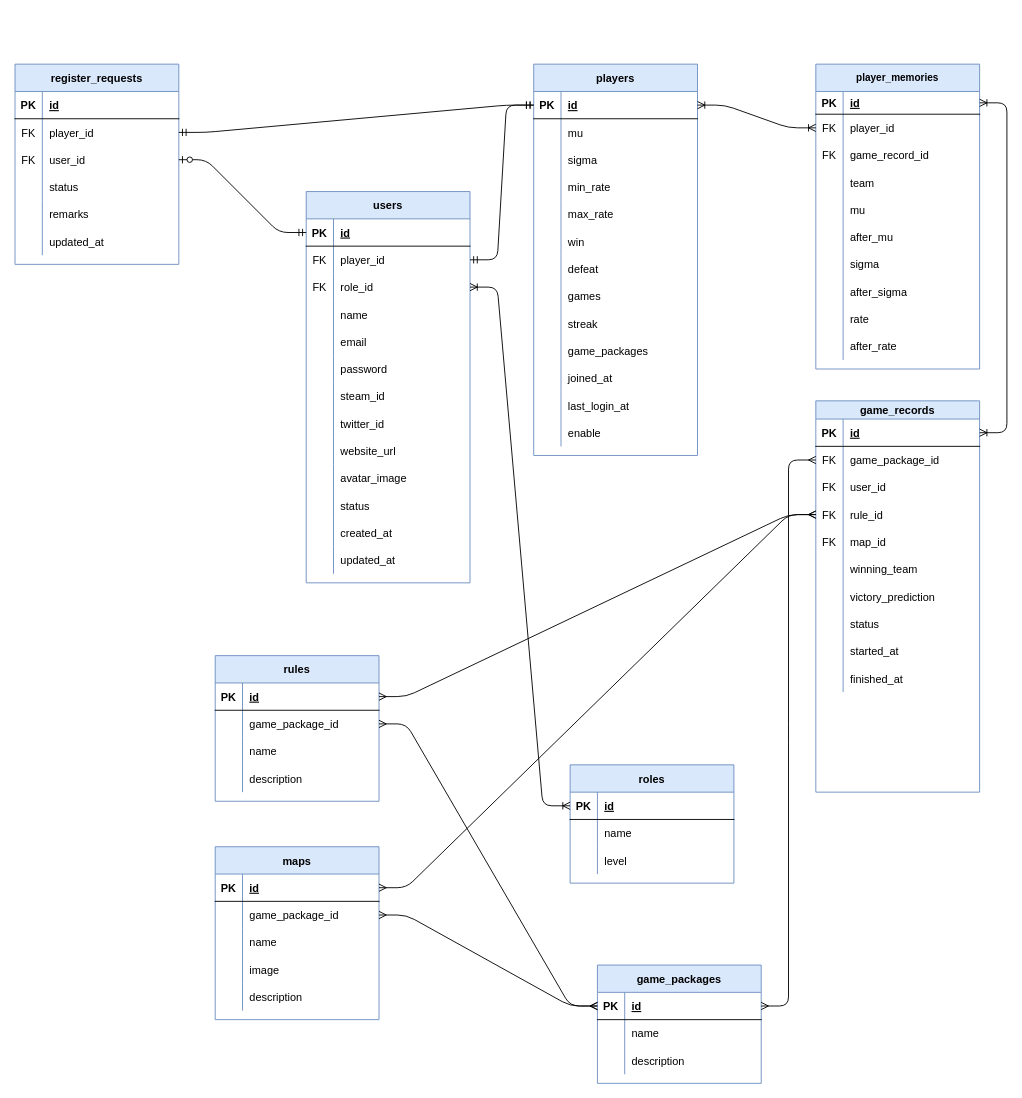
Before: docs/wzn_テーブル設計.drawio in sokorahen-szk/warzone-aoe, a draw.io diagram. Source tidied: cells renumbered, new cells numbered last; positions are measured from the earlier drawing's top-left corner, leaving out a move shared by most shapes. Both pictures are drawn from the tidied source at 91%, with x=0, y=0 at pixel (15, 64).
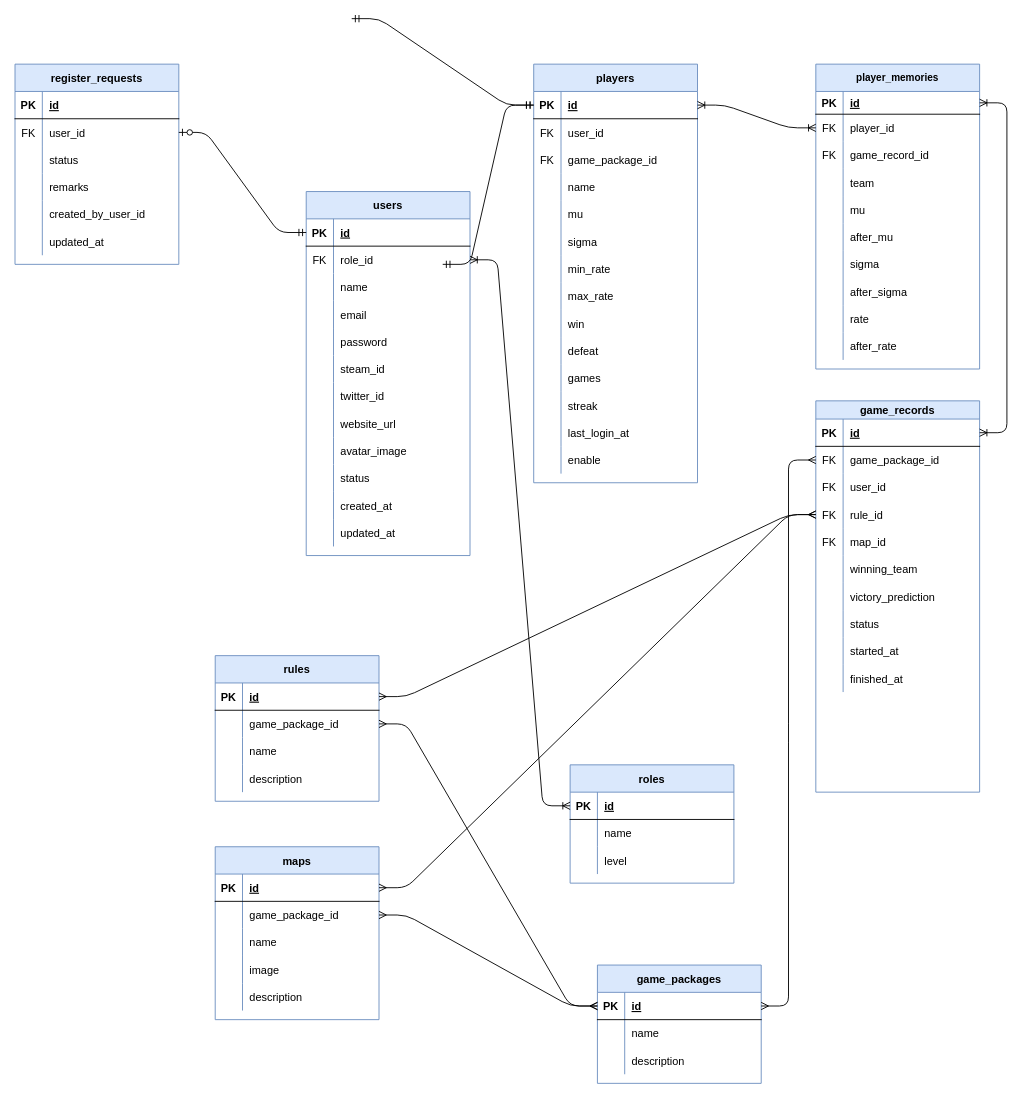
Above is the later version.

The change refers to these unchanged cells:
```xml
<mxCell id="65" style="shape=partialRectangle;fillColor=none;top=0;left=0;bottom=1;right=0;points=[[0,0.5],[1,0.5]];portConstraint=eastwest;" parent="64" vertex="1">
  <mxGeometry y="30" width="180" height="30" as="geometry" />
</mxCell>
<mxCell id="147" value="register_requests" style="shape=table;startSize=30;childLayout=tableLayout;rowLines=0;fontStyle=1;align=center;fillColor=#dae8fc;fontSize=12;strokeColor=#6c8ebf;" parent="1" vertex="1">
  <mxGeometry width="180" height="220" as="geometry" />
</mxCell>
```

The edit, as a diff of the source:
```diff
@@
     <mxCell id="64" value="players" style="shape=table;startSize=30;childLayout=tableLayout;rowLines=0;fontStyle=1;align=center;fillColor=#dae8fc;fontSize=12;strokeColor=#6c8ebf;" parent="1" vertex="1">
-      <mxGeometry x="570" width="180" height="430" as="geometry" />
+      <mxGeometry x="570" width="180" height="460" as="geometry" />
     </mxCell>
@@
+    <mxCell id="223" style="shape=partialRectangle;fillColor=none;top=0;left=0;bottom=0;right=0;" parent="64" vertex="1">
+      <mxGeometry y="60" width="180" height="30" as="geometry" />
+    </mxCell>
+    <mxCell id="224" value="FK" style="shape=partialRectangle;fillColor=none;top=0;left=0;bottom=0;right=0;overflow=hidden;" parent="223" vertex="1">
+      <mxGeometry width="30" height="30" as="geometry" />
+    </mxCell>
+    <mxCell id="225" value="user_id" style="shape=partialRectangle;fillColor=none;top=0;left=0;bottom=0;right=0;align=left;spacingLeft=6;overflow=hidden;" parent="223" vertex="1">
+      <mxGeometry x="30" width="150" height="30" as="geometry" />
+    </mxCell>
+    <mxCell id="226" style="shape=partialRectangle;fillColor=none;top=0;left=0;bottom=0;right=0;" parent="64" vertex="1">
+      <mxGeometry y="90" width="180" height="30" as="geometry" />
+    </mxCell>
+    <mxCell id="227" value="FK" style="shape=partialRectangle;fillColor=none;top=0;left=0;bottom=0;right=0;overflow=hidden;" parent="226" vertex="1">
+      <mxGeometry width="30" height="30" as="geometry" />
+    </mxCell>
+    <mxCell id="228" value="game_package_id" style="shape=partialRectangle;fillColor=none;top=0;left=0;bottom=0;right=0;align=left;spacingLeft=6;overflow=hidden;" parent="226" vertex="1">
+      <mxGeometry x="30" width="150" height="30" as="geometry" />
+    </mxCell>
+    <mxCell id="229" style="shape=partialRectangle;fillColor=none;top=0;left=0;bottom=0;right=0;" parent="64" vertex="1">
+      <mxGeometry y="120" width="180" height="30" as="geometry" />
+    </mxCell>
+    <mxCell id="230" style="shape=partialRectangle;fillColor=none;top=0;left=0;bottom=0;right=0;overflow=hidden;" parent="229" vertex="1">
+      <mxGeometry width="30" height="30" as="geometry" />
+    </mxCell>
+    <mxCell id="231" value="name" style="shape=partialRectangle;fillColor=none;top=0;left=0;bottom=0;right=0;align=left;spacingLeft=6;overflow=hidden;" parent="229" vertex="1">
+      <mxGeometry x="30" width="150" height="30" as="geometry" />
+    </mxCell>
     <mxCell id="68" style="shape=partialRectangle;fillColor=none;top=0;left=0;bottom=0;right=0;" parent="64" vertex="1">
-      <mxGeometry y="60" width="180" height="30" as="geometry" />
+      <mxGeometry y="150" width="180" height="30" as="geometry" />
     </mxCell>
@@
     <mxCell id="71" style="shape=partialRectangle;fillColor=none;top=0;left=0;bottom=0;right=0;" parent="64" vertex="1">
-      <mxGeometry y="90" width="180" height="30" as="geometry" />
+      <mxGeometry y="180" width="180" height="30" as="geometry" />
     </mxCell>
@@
     <mxCell id="74" style="shape=partialRectangle;fillColor=none;top=0;left=0;bottom=0;right=0;" parent="64" vertex="1">
-      <mxGeometry y="120" width="180" height="30" as="geometry" />
+      <mxGeometry y="210" width="180" height="30" as="geometry" />
     </mxCell>
@@
     <mxCell id="77" style="shape=partialRectangle;fillColor=none;top=0;left=0;bottom=0;right=0;" parent="64" vertex="1">
-      <mxGeometry y="150" width="180" height="30" as="geometry" />
+      <mxGeometry y="240" width="180" height="30" as="geometry" />
     </mxCell>
@@
     <mxCell id="80" style="shape=partialRectangle;fillColor=none;top=0;left=0;bottom=0;right=0;" parent="64" vertex="1">
-      <mxGeometry y="180" width="180" height="30" as="geometry" />
+      <mxGeometry y="270" width="180" height="30" as="geometry" />
     </mxCell>
@@
     <mxCell id="83" style="shape=partialRectangle;fillColor=none;top=0;left=0;bottom=0;right=0;" parent="64" vertex="1">
-      <mxGeometry y="210" width="180" height="30" as="geometry" />
+      <mxGeometry y="300" width="180" height="30" as="geometry" />
     </mxCell>
@@
     <mxCell id="86" style="shape=partialRectangle;fillColor=none;top=0;left=0;bottom=0;right=0;" parent="64" vertex="1">
-      <mxGeometry y="240" width="180" height="30" as="geometry" />
+      <mxGeometry y="330" width="180" height="30" as="geometry" />
     </mxCell>
@@
     <mxCell id="89" style="shape=partialRectangle;fillColor=none;top=0;left=0;bottom=0;right=0;" parent="64" vertex="1">
-      <mxGeometry y="270" width="180" height="30" as="geometry" />
+      <mxGeometry y="360" width="180" height="30" as="geometry" />
     </mxCell>
@@
-    <mxCell id="92" style="shape=partialRectangle;fillColor=none;top=0;left=0;bottom=0;right=0;" parent="64" vertex="1">
-      <mxGeometry y="300" width="180" height="30" as="geometry" />
-    </mxCell>
-    <mxCell id="93" style="shape=partialRectangle;fillColor=none;top=0;left=0;bottom=0;right=0;overflow=hidden;" parent="92" vertex="1">
-      <mxGeometry width="30" height="30" as="geometry" />
-    </mxCell>
-    <mxCell id="94" value="game_packages" style="shape=partialRectangle;fillColor=none;top=0;left=0;bottom=0;right=0;align=left;spacingLeft=6;overflow=hidden;" parent="92" vertex="1">
-      <mxGeometry x="30" width="150" height="30" as="geometry" />
-    </mxCell>
-    <mxCell id="95" style="shape=partialRectangle;fillColor=none;top=0;left=0;bottom=0;right=0;" parent="64" vertex="1">
-      <mxGeometry y="330" width="180" height="30" as="geometry" />
-    </mxCell>
-    <mxCell id="96" style="shape=partialRectangle;fillColor=none;top=0;left=0;bottom=0;right=0;overflow=hidden;" parent="95" vertex="1">
-      <mxGeometry width="30" height="30" as="geometry" />
-    </mxCell>
-    <mxCell id="97" value="joined_at" style="shape=partialRectangle;fillColor=none;top=0;left=0;bottom=0;right=0;align=left;spacingLeft=6;overflow=hidden;" parent="95" vertex="1">
-      <mxGeometry x="30" width="150" height="30" as="geometry" />
-    </mxCell>
     <mxCell id="98" style="shape=partialRectangle;fillColor=none;top=0;left=0;bottom=0;right=0;" parent="64" vertex="1">
-      <mxGeometry y="360" width="180" height="30" as="geometry" />
+      <mxGeometry y="390" width="180" height="30" as="geometry" />
     </mxCell>
@@
     <mxCell id="101" style="shape=partialRectangle;fillColor=none;top=0;left=0;bottom=0;right=0;" parent="64" vertex="1">
-      <mxGeometry y="390" width="180" height="30" as="geometry" />
+      <mxGeometry y="420" width="180" height="30" as="geometry" />
     </mxCell>
@@
     <mxCell id="106" value="users" style="shape=table;startSize=30;childLayout=tableLayout;rowLines=0;fontStyle=1;align=center;fillColor=#dae8fc;fontSize=12;strokeColor=#6c8ebf;" parent="1" vertex="1">
-      <mxGeometry x="320" y="140" width="180" height="430" as="geometry" />
+      <mxGeometry x="320" y="140" width="180" height="400" as="geometry" />
     </mxCell>
@@
-    <mxCell id="110" style="shape=partialRectangle;fillColor=none;top=0;left=0;bottom=0;right=0;points=[[0,0.5],[1,0.5]];portConstraint=eastwest;" parent="106" vertex="1">
-      <mxGeometry y="60" width="180" height="30" as="geometry" />
-    </mxCell>
-    <mxCell id="111" value="FK" style="shape=partialRectangle;fillColor=none;top=0;left=0;bottom=0;right=0;overflow=hidden;" parent="110" vertex="1">
-      <mxGeometry width="30" height="30" as="geometry" />
-    </mxCell>
-    <mxCell id="112" value="player_id" style="shape=partialRectangle;fillColor=none;top=0;left=0;bottom=0;right=0;align=left;spacingLeft=6;overflow=hidden;" parent="110" vertex="1">
-      <mxGeometry x="30" width="150" height="30" as="geometry" />
-    </mxCell>
     <mxCell id="113" style="shape=partialRectangle;fillColor=none;top=0;left=0;bottom=0;right=0;points=[[0,0.5],[1,0.5]];portConstraint=eastwest;" parent="106" vertex="1">
-      <mxGeometry y="90" width="180" height="30" as="geometry" />
+      <mxGeometry y="60" width="180" height="30" as="geometry" />
     </mxCell>
@@
     <mxCell id="116" style="shape=partialRectangle;fillColor=none;top=0;left=0;bottom=0;right=0;" parent="106" vertex="1">
-      <mxGeometry y="120" width="180" height="30" as="geometry" />
+      <mxGeometry y="90" width="180" height="30" as="geometry" />
     </mxCell>
@@
     <mxCell id="119" style="shape=partialRectangle;fillColor=none;top=0;left=0;bottom=0;right=0;" parent="106" vertex="1">
-      <mxGeometry y="150" width="180" height="30" as="geometry" />
+      <mxGeometry y="120" width="180" height="30" as="geometry" />
     </mxCell>
@@
     <mxCell id="122" style="shape=partialRectangle;fillColor=none;top=0;left=0;bottom=0;right=0;" parent="106" vertex="1">
-      <mxGeometry y="180" width="180" height="30" as="geometry" />
+      <mxGeometry y="150" width="180" height="30" as="geometry" />
     </mxCell>
@@
     <mxCell id="125" style="shape=partialRectangle;fillColor=none;top=0;left=0;bottom=0;right=0;" parent="106" vertex="1">
-      <mxGeometry y="210" width="180" height="30" as="geometry" />
+      <mxGeometry y="180" width="180" height="30" as="geometry" />
     </mxCell>
@@
     <mxCell id="128" style="shape=partialRectangle;fillColor=none;top=0;left=0;bottom=0;right=0;" parent="106" vertex="1">
-      <mxGeometry y="240" width="180" height="30" as="geometry" />
+      <mxGeometry y="210" width="180" height="30" as="geometry" />
     </mxCell>
@@
     <mxCell id="131" style="shape=partialRectangle;fillColor=none;top=0;left=0;bottom=0;right=0;" parent="106" vertex="1">
-      <mxGeometry y="270" width="180" height="30" as="geometry" />
+      <mxGeometry y="240" width="180" height="30" as="geometry" />
     </mxCell>
@@
     <mxCell id="134" style="shape=partialRectangle;fillColor=none;top=0;left=0;bottom=0;right=0;" parent="106" vertex="1">
-      <mxGeometry y="300" width="180" height="30" as="geometry" />
+      <mxGeometry y="270" width="180" height="30" as="geometry" />
     </mxCell>
@@
     <mxCell id="137" style="shape=partialRectangle;fillColor=none;top=0;left=0;bottom=0;right=0;" parent="106" vertex="1">
-      <mxGeometry y="330" width="180" height="30" as="geometry" />
+      <mxGeometry y="300" width="180" height="30" as="geometry" />
     </mxCell>
@@
     <mxCell id="140" style="shape=partialRectangle;fillColor=none;top=0;left=0;bottom=0;right=0;" parent="106" vertex="1">
-      <mxGeometry y="360" width="180" height="30" as="geometry" />
+      <mxGeometry y="330" width="180" height="30" as="geometry" />
     </mxCell>
@@
     <mxCell id="143" style="shape=partialRectangle;fillColor=none;top=0;left=0;bottom=0;right=0;" parent="106" vertex="1">
-      <mxGeometry y="390" width="180" height="30" as="geometry" />
+      <mxGeometry y="360" width="180" height="30" as="geometry" />
     </mxCell>
@@
-    <mxCell id="146" style="edgeStyle=entityRelationEdgeStyle;fontSize=12;html=1;endArrow=ERmandOne;startArrow=ERmandOne;exitX=1;exitY=0.5;exitDx=0;exitDy=0;entryX=0;entryY=0.5;entryDx=0;entryDy=0;" parent="1" edge="1" source="110" target="65">
-      <mxGeometry relative="1" as="geometry" />
+    <mxCell id="146" style="edgeStyle=entityRelationEdgeStyle;fontSize=12;html=1;endArrow=ERmandOne;startArrow=ERmandOne;exitX=1;exitY=0.5;exitDx=0;exitDy=0;entryX=0;entryY=0.5;entryDx=0;entryDy=0;" parent="1" edge="1" target="65">
+      <mxGeometry relative="1" as="geometry">
+        <mxPoint x="470" y="220" as="sourcePoint" />
+      </mxGeometry>
     </mxCell>
@@
-    <mxCell id="151" style="shape=partialRectangle;fillColor=none;top=0;left=0;bottom=0;right=0;points=[[0,0.5],[1,0.5]];portConstraint=eastwest;" parent="147" vertex="1">
-      <mxGeometry y="60" width="180" height="30" as="geometry" />
-    </mxCell>
-    <mxCell id="152" value="FK" style="shape=partialRectangle;fillColor=none;top=0;left=0;bottom=0;right=0;overflow=hidden;" parent="151" vertex="1">
-      <mxGeometry width="30" height="30" as="geometry" />
-    </mxCell>
-    <mxCell id="153" value="player_id" style="shape=partialRectangle;fillColor=none;top=0;left=0;bottom=0;right=0;align=left;spacingLeft=6;overflow=hidden;" parent="151" vertex="1">
-      <mxGeometry x="30" width="150" height="30" as="geometry" />
-    </mxCell>
     <mxCell id="154" style="shape=partialRectangle;fillColor=none;top=0;left=0;bottom=0;right=0;points=[[0,0.5],[1,0.5]];portConstraint=eastwest;" parent="147" vertex="1">
-      <mxGeometry y="90" width="180" height="30" as="geometry" />
+      <mxGeometry y="60" width="180" height="30" as="geometry" />
     </mxCell>
@@
     <mxCell id="157" style="shape=partialRectangle;fillColor=none;top=0;left=0;bottom=0;right=0;" parent="147" vertex="1">
-      <mxGeometry y="120" width="180" height="30" as="geometry" />
+      <mxGeometry y="90" width="180" height="30" as="geometry" />
     </mxCell>
@@
     <mxCell id="160" style="shape=partialRectangle;fillColor=none;top=0;left=0;bottom=0;right=0;" parent="147" vertex="1">
-      <mxGeometry y="150" width="180" height="30" as="geometry" />
+      <mxGeometry y="120" width="180" height="30" as="geometry" />
     </mxCell>
@@
+    <mxCell id="232" style="shape=partialRectangle;fillColor=none;top=0;left=0;bottom=0;right=0;" parent="147" vertex="1">
+      <mxGeometry y="150" width="180" height="30" as="geometry" />
+    </mxCell>
+    <mxCell id="233" style="shape=partialRectangle;fillColor=none;top=0;left=0;bottom=0;right=0;overflow=hidden;" parent="232" vertex="1">
+      <mxGeometry width="30" height="30" as="geometry" />
+    </mxCell>
+    <mxCell id="234" value="created_by_user_id" style="shape=partialRectangle;fillColor=none;top=0;left=0;bottom=0;right=0;align=left;spacingLeft=6;overflow=hidden;" parent="232" vertex="1">
+      <mxGeometry x="30" width="150" height="30" as="geometry" />
+    </mxCell>
@@
-    <mxCell id="166" style="edgeStyle=entityRelationEdgeStyle;fontSize=12;html=1;endArrow=ERmandOne;startArrow=ERmandOne;entryX=0;entryY=0.5;entryDx=0;entryDy=0;exitX=1;exitY=0.5;exitDx=0;exitDy=0;" parent="1" edge="1" source="151" target="65">
-      <mxGeometry relative="1" as="geometry" />
+    <mxCell id="166" style="edgeStyle=entityRelationEdgeStyle;fontSize=12;html=1;endArrow=ERmandOne;startArrow=ERmandOne;entryX=0;entryY=0.5;entryDx=0;entryDy=0;exitX=1;exitY=0.5;exitDx=0;exitDy=0;" parent="1" edge="1" target="65">
+      <mxGeometry relative="1" as="geometry">
+        <mxPoint x="370" y="-50" as="sourcePoint" />
+      </mxGeometry>
     </mxCell>
```
